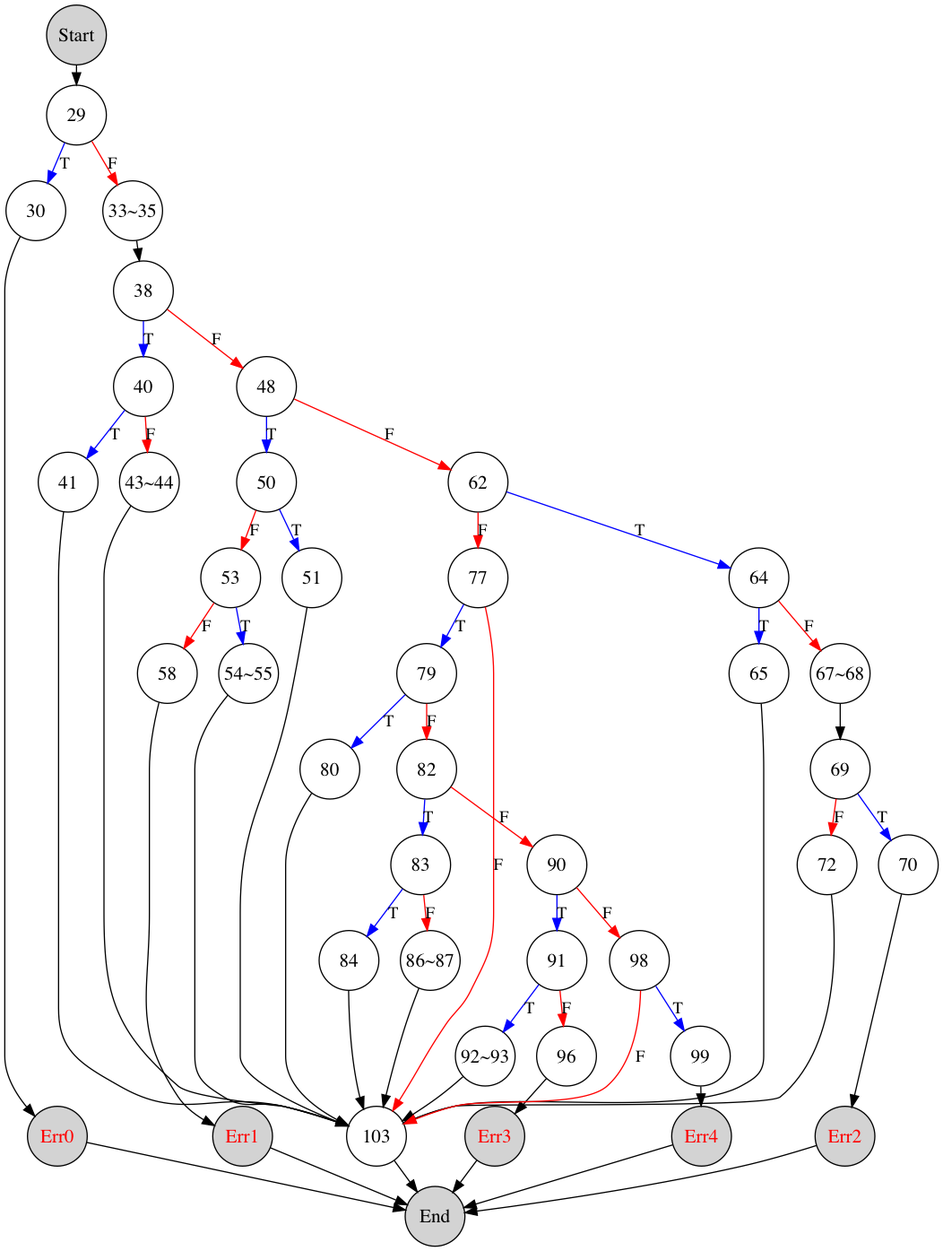
dujung/nextdate keeps this Graphviz diagram as images/nextdate.png. Above is the earlier version. Its source is kept beside it as nextdate.dot.
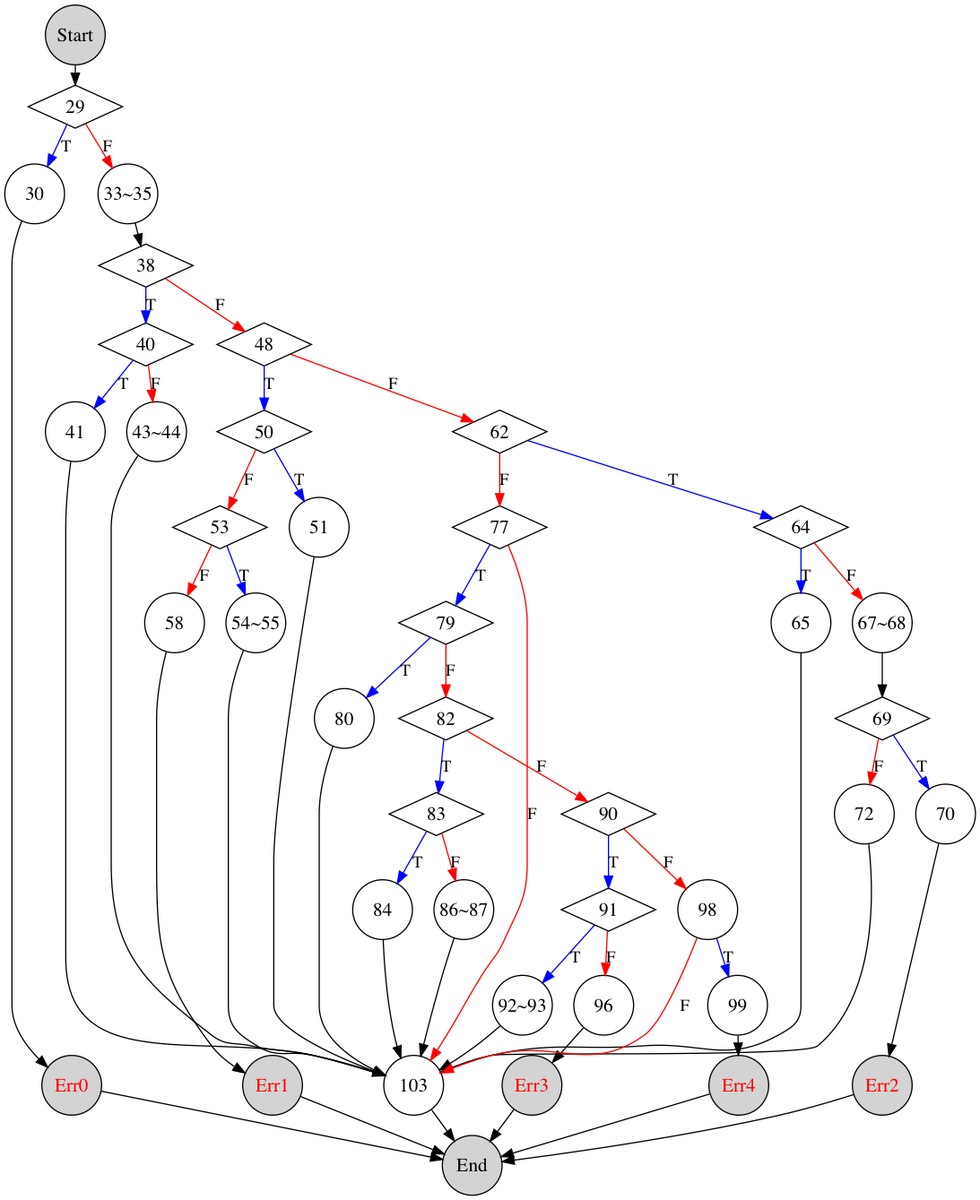
Later version of the same file.

Diff of the diagram source:
```diff
@@ -13,61 +13,74 @@
 
     Start -> 29;
 
+    29 [width=1.1 shape=diamond]
     29 -> 30 [label = "T" color="blue"];
         30 -> Err0;
+    29 -> "33~35" [label = "F" color="red"];    // F
+        "33~35" -> 38;
 
-    29 -> "33~35" [label = "F" color="red"];    // F
-    "33~35" -> 38;
-
+    38 [width=1.1 shape=diamond]
     38 -> 40 [label = "T" color="blue"];    // T
+        40 [width=1.1 shape=diamond]
         40 -> 41 [label = "T" color="blue"];    // F
             41 -> 103;
         40 -> "43~44" [label = "F" color="red"];    // F
             "43~44" -> 103;
+    38 -> 48 [label = "F" color="red"];
 
-    38 -> 48 [label = "F" color="red"];
+    48 [width=1.1 shape=diamond]
     48 -> 50 [label = "T" color="blue"];
+        50 [width=1.1 shape=diamond]
         50 -> 51 [label = "T" color="blue"];
             51 -> 103;
         50 -> 53 [label = "F" color="red"];
+            53 [width=1.1 shape=diamond]
             53 -> "54~55" [label = "T" color="blue"];
                 "54~55" -> 103;
             53 -> 58 [label = "F" color="red"];
                 58 -> Err1;
+    48 -> 62 [label = "F" color="red"];
 
-    48 -> 62 [label = "F" color="red"];
+    62 [width=1.1 shape=diamond]
     62 -> 64 [label = "T" color="blue"];        // T
+        64 [width=1.1 shape=diamond]
         64 -> 65 [label = "T" color="blue"];    // T
             65 -> 103;
         64 -> "67~68" [label = "F" color="red"]; // F
             "67~68" -> 69;
+                69 [width=1.1 shape=diamond]
                 69 -> 70 [label = "T" color="blue"]; // T
                     70 -> Err2;
                 69 -> 72 [label = "F" color="red"]; // F
                     72 -> 103;
+    62 -> 77 [label = "F" color="red"];
 
-
-    62 -> 77 [label = "F" color="red"];
+    77 [width=1.1 shape=diamond]
     77 -> 79 [label = "T" color="blue"];   // T
+        79 [width=1.1 shape=diamond]
         79 -> 80 [label = "T" color="blue"];   //T
             80 -> 103;
         79 -> 82 [label = "F" color="red"];  // F
+            82 [width=1.1 shape=diamond]
             82 -> 83 [label = "T" color="blue"];   //T
+                83 [width=1.1 shape=diamond]
                 83 -> 84 [label = "T" color="blue"];   // T
                     84 -> 103;
                 83 -> "86~87" [label = "F" color="red"]; //F
                     "86~87" -> 103;
             82 -> 90 [label = "F" color="red"];  //F
+                90 [width=1.1 shape=diamond]
                 90 -> 91 [label = "T" color="blue"]; //T
+                    91 [width=1.1 shape=diamond]
                     91 -> "92~93" [label = "T" color="blue"]; //T
                         "92~93" -> 103;
                     91 -> 96 [label = "F" color="red"];   //F
                         96 -> Err3;
                 90 -> 98 [label = "F" color="red"];   //F
+                    91 [width=1.1 shape=diamond]
                     98 -> 99 [label = "T" color="blue"];   //T
                         99 -> Err4;
                     98 -> 103 [label = "F" color="red"];  // F
-
 
     77 -> 103 [label = "F" color="red"];   // F
 
```
